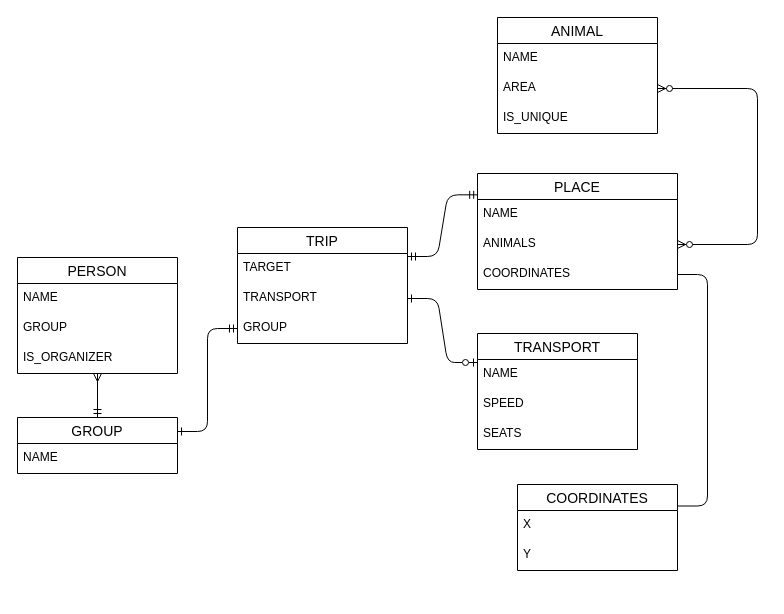
Xaabibas/Databases keeps this draw.io diagram as page "InfoModel" (1 of 2) of lab1/Диаграмма без названия.drawio. Above is the earlier version. Source tidied: cells renumbered, new cells numbered last; positions are measured from the earlier drawing's top-left corner, leaving out a move shared by most shapes. Both pictures are drawn from the tidied source at 100%, with x=0, y=0 at pixel (17, 17).
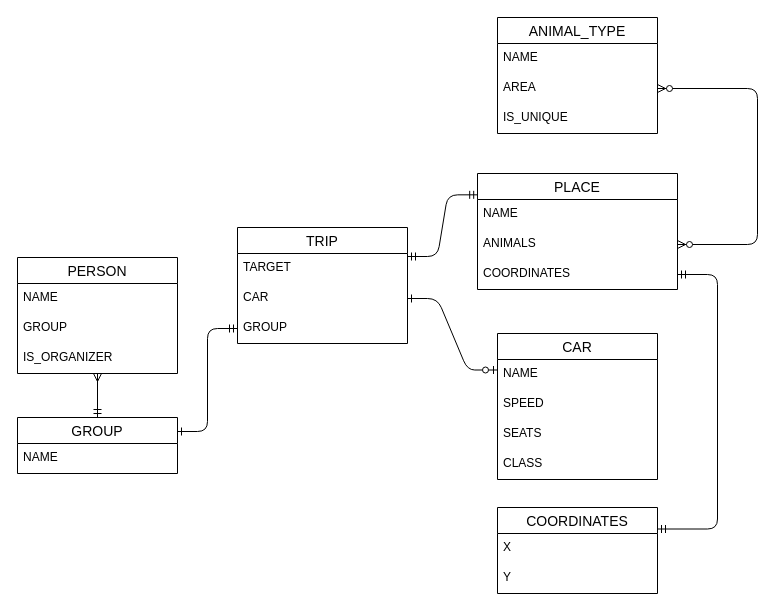
Above is the later version.

Unchanged cells that the change refers to:
```xml
<mxCell id="6" value="TRIP" style="swimlane;fontStyle=0;horizontal=1;startSize=26;align=center;fontSize=14;" parent="1" vertex="1">
  <mxGeometry x="220" y="210" width="170" height="116" as="geometry" />
</mxCell>
<mxCell id="15" value="COORDINATES" style="text;strokeColor=none;fillColor=none;spacingLeft=4;spacingRight=4;overflow=hidden;points=[[0,0.5],[1,0.5]];portConstraint=eastwest;fontSize=12;whiteSpace=wrap;html=1;" parent="12" vertex="1">
  <mxGeometry y="86" width="200" height="30" as="geometry" />
</mxCell>
```

Change to the diagram source:
```diff
@@
-    <mxCell id="8" value="TRANSPORT" style="text;strokeColor=none;fillColor=none;spacingLeft=4;spacingRight=4;overflow=hidden;points=[[0,0.5],[1,0.5]];portConstraint=eastwest;fontSize=12;whiteSpace=wrap;html=1;" parent="6" vertex="1">
+    <mxCell id="8" value="CAR" style="text;strokeColor=none;fillColor=none;spacingLeft=4;spacingRight=4;overflow=hidden;points=[[0,0.5],[1,0.5]];portConstraint=eastwest;fontSize=12;whiteSpace=wrap;html=1;" parent="6" vertex="1">
       <mxGeometry y="56" width="170" height="30" as="geometry" />
     </mxCell>
@@
-    <mxCell id="16" value="ANIMAL" style="swimlane;fontStyle=0;horizontal=1;startSize=26;align=center;fontSize=14;" parent="1" vertex="1">
+    <mxCell id="16" value="ANIMAL_TYPE" style="swimlane;fontStyle=0;horizontal=1;startSize=26;align=center;fontSize=14;" parent="1" vertex="1">
       <mxGeometry x="480" width="160" height="116" as="geometry" />
     </mxCell>
@@
-    <mxCell id="20" value="TRANSPORT" style="swimlane;fontStyle=0;horizontal=1;startSize=26;align=center;fontSize=14;" parent="1" vertex="1">
-      <mxGeometry x="460" y="316" width="160" height="116" as="geometry" />
+    <mxCell id="20" value="CAR" style="swimlane;fontStyle=0;horizontal=1;startSize=26;align=center;fontSize=14;" parent="1" vertex="1">
+      <mxGeometry x="480" y="316" width="160" height="146" as="geometry" />
     </mxCell>
@@
+    <mxCell id="33" value="CLASS" style="text;strokeColor=none;fillColor=none;spacingLeft=4;spacingRight=4;overflow=hidden;fontSize=12;whiteSpace=wrap;html=1;" parent="20" vertex="1">
+      <mxGeometry y="116" width="160" height="30" as="geometry" />
+    </mxCell>
@@
     <mxCell id="29" value="COORDINATES" style="swimlane;fontStyle=0;horizontal=1;startSize=26;align=center;fontSize=14;" parent="1" vertex="1">
-      <mxGeometry x="500" y="467" width="160" height="86" as="geometry" />
+      <mxGeometry x="480" y="490" width="160" height="86" as="geometry" />
     </mxCell>
@@
-    <mxCell id="32" style="endArrow=none;html=1;rounded=1;entryX=1;entryY=0.25;entryDx=0;entryDy=0;exitX=1;exitY=0.5;exitDx=0;exitDy=0;edgeStyle=entityRelationEdgeStyle;curved=0;" parent="1" edge="1" source="15" target="29">
-      <mxGeometry relative="1" as="geometry" />
+    <mxCell id="32" style="endArrow=ERmandOne;html=1;rounded=1;entryX=1;entryY=0.25;entryDx=0;entryDy=0;exitX=1;exitY=0.5;exitDx=0;exitDy=0;edgeStyle=elbowEdgeStyle;startArrow=ERmandOne;startFill=0;endFill=0;" parent="1" edge="1" source="15" target="29">
+      <mxGeometry relative="1" as="geometry">
+        <Array as="points">
+          <mxPoint x="700" y="380" />
+        </Array>
+      </mxGeometry>
     </mxCell>
```
